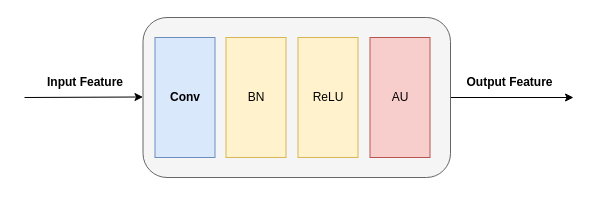
The draw.io diagram cross-attention-unit.drawio in JMYok/wx_crossLearn, before the edit. Source tidied: cells renumbered, new cells numbered last; positions are measured from the earlier drawing's top-left corner, leaving out a move shared by most shapes. Both pictures are drawn from the tidied source at 100%, with x=0, y=0 at pixel (24, 17).
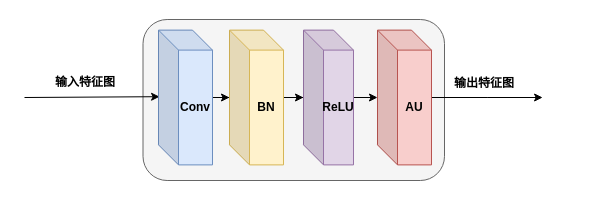
Above is the later version.

Diff of the diagram source:
```diff
@@
 <mxGraphModel>
   <root>
     <mxCell id="0" />
     <mxCell id="1" parent="0" />
-    <mxCell id="2" style="edgeStyle=orthogonalEdgeStyle;rounded=0;jettySize=auto;html=1;" parent="1" edge="1" source="3">
-      <mxGeometry relative="1" as="geometry">
-        <mxPoint x="549" y="80" as="targetPoint" />
-      </mxGeometry>
-    </mxCell>
     <mxCell id="3" style="rounded=1;whiteSpace=wrap;html=1;fillColor=#f5f5f5;fontColor=#333333;strokeColor=#666666;" parent="1" vertex="1">
-      <mxGeometry x="118.5" width="307.5" height="160" as="geometry" />
+      <mxGeometry x="118.5" y="2" width="301.5" height="161" as="geometry" />
     </mxCell>
-    <mxCell id="4" style="endArrow=classic;html=1;rounded=0;" parent="1" edge="1">
+    <mxCell id="4" style="endArrow=classic;html=1;rounded=0;entryX=0.02;entryY=0.494;entryDx=0;entryDy=0;entryPerimeter=0;" parent="1" edge="1" target="5">
       <mxGeometry relative="1" as="geometry">
         <mxPoint y="80" as="sourcePoint" />
-        <mxPoint x="118.5" y="79.5" as="targetPoint" />
       </mxGeometry>
     </mxCell>
-    <mxCell id="5" value="Conv" style="rounded=0;whiteSpace=wrap;html=1;rotation=90;flipV=0;flipH=0;horizontal=0;fontStyle=1;fillColor=#dae8fc;strokeColor=#6c8ebf;" parent="1" vertex="1">
-      <mxGeometry x="100.5" y="50" width="120" height="60" as="geometry" />
-    </mxCell>
-    <mxCell id="6" value="BN" style="rounded=0;whiteSpace=wrap;html=1;rotation=90;flipV=0;flipH=0;horizontal=0;fillColor=#fff2cc;strokeColor=#d6b656;" parent="1" vertex="1">
-      <mxGeometry x="171.5" y="50" width="120" height="60" as="geometry" />
-    </mxCell>
-    <mxCell id="7" value="ReLU" style="rounded=0;whiteSpace=wrap;html=1;rotation=90;flipV=0;flipH=0;horizontal=0;fillColor=#fff2cc;strokeColor=#d6b656;" parent="1" vertex="1">
-      <mxGeometry x="243.5" y="50" width="120" height="60" as="geometry" />
-    </mxCell>
-    <mxCell id="8" value="AU" style="rounded=0;whiteSpace=wrap;html=1;rotation=90;flipV=0;flipH=0;horizontal=0;fillColor=#f8cecc;strokeColor=#b85450;" parent="1" vertex="1">
-      <mxGeometry x="315.5" y="50" width="120" height="60" as="geometry" />
-    </mxCell>
-    <mxCell id="9" value="&lt;b&gt;Input Feature&lt;/b&gt;" style="text;html=1;align=center;verticalAlign=middle;whiteSpace=wrap;rounded=0;" parent="1" vertex="1">
+    <mxCell id="9" value="&lt;b&gt;输入特征图&lt;/b&gt;" style="text;html=1;align=center;verticalAlign=middle;whiteSpace=wrap;rounded=0;" parent="1" vertex="1">
       <mxGeometry x="20.5" y="50" width="80" height="30" as="geometry" />
     </mxCell>
-    <mxCell id="10" value="&lt;b&gt;Output Feature&lt;/b&gt;" style="text;html=1;align=center;verticalAlign=middle;whiteSpace=wrap;rounded=0;" parent="1" vertex="1">
-      <mxGeometry x="440" y="50" width="91" height="30" as="geometry" />
+    <mxCell id="10" value="&lt;b&gt;输出特征图&lt;/b&gt;" style="text;html=1;align=center;verticalAlign=middle;whiteSpace=wrap;rounded=0;" parent="1" vertex="1">
+      <mxGeometry x="420" y="50" width="80" height="31" as="geometry" />
     </mxCell>
+    <mxCell id="11" style="edgeStyle=orthogonalEdgeStyle;rounded=0;jettySize=auto;html=1;" parent="1" edge="1" source="5" target="6">
+      <mxGeometry relative="1" as="geometry" />
+    </mxCell>
+    <mxCell id="5" value="&lt;b&gt;Conv&lt;/b&gt;" style="shape=cube;whiteSpace=wrap;html=1;boundedLbl=1;backgroundOutline=1;darkOpacity=0.05;darkOpacity2=0.1;fillColor=#dae8fc;strokeColor=#6c8ebf;" parent="1" vertex="1">
+      <mxGeometry x="134" y="12.6" width="54" height="134.8" as="geometry" />
+    </mxCell>
+    <mxCell id="12" style="edgeStyle=orthogonalEdgeStyle;rounded=0;jettySize=auto;html=1;" parent="1" edge="1" source="6" target="7">
+      <mxGeometry relative="1" as="geometry" />
+    </mxCell>
+    <mxCell id="6" value="&lt;b&gt;BN&lt;/b&gt;" style="shape=cube;whiteSpace=wrap;html=1;boundedLbl=1;backgroundOutline=1;darkOpacity=0.05;darkOpacity2=0.1;fillColor=#fff2cc;strokeColor=#d6b656;" parent="1" vertex="1">
+      <mxGeometry x="205" y="12.6" width="54" height="134.8" as="geometry" />
+    </mxCell>
+    <mxCell id="13" style="edgeStyle=orthogonalEdgeStyle;rounded=0;jettySize=auto;html=1;" parent="1" edge="1" source="7" target="8">
+      <mxGeometry relative="1" as="geometry" />
+    </mxCell>
+    <mxCell id="7" value="&lt;b&gt;ReLU&lt;/b&gt;" style="shape=cube;whiteSpace=wrap;html=1;boundedLbl=1;backgroundOutline=1;darkOpacity=0.05;darkOpacity2=0.1;fillColor=#e1d5e7;strokeColor=#9673a6;" parent="1" vertex="1">
+      <mxGeometry x="279" y="12.6" width="50" height="134.8" as="geometry" />
+    </mxCell>
+    <mxCell id="14" style="edgeStyle=orthogonalEdgeStyle;rounded=0;jettySize=auto;html=1;" parent="1" edge="1" source="8">
+      <mxGeometry relative="1" as="geometry">
+        <mxPoint x="518.1" y="80" as="targetPoint" />
+      </mxGeometry>
+    </mxCell>
+    <mxCell id="8" value="&lt;b&gt;AU&lt;/b&gt;" style="shape=cube;whiteSpace=wrap;html=1;boundedLbl=1;backgroundOutline=1;darkOpacity=0.05;darkOpacity2=0.1;fillColor=#f8cecc;strokeColor=#b85450;" parent="1" vertex="1">
+      <mxGeometry x="353" y="12.6" width="54" height="134.8" as="geometry" />
+    </mxCell>
   </root>
 </mxGraphModel>
```
